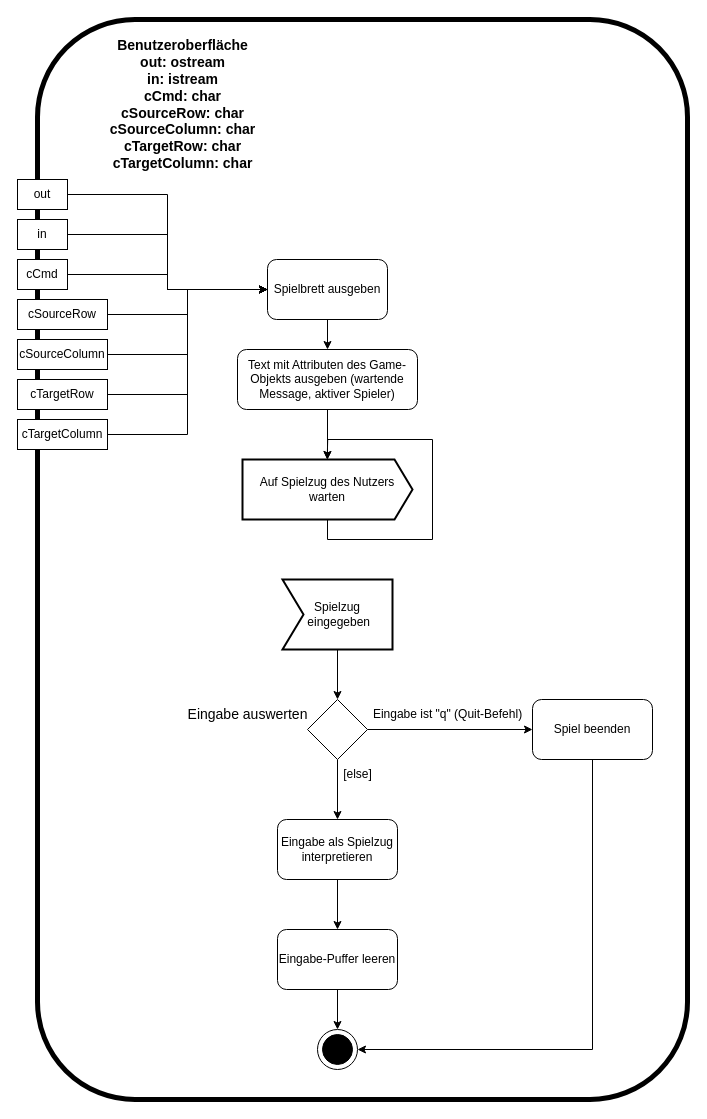
Earlier version of the draw.io diagram game_ui.drawio (schaefereric/uml-stash). Source tidied: cells renumbered, new cells numbered last; positions are measured from the earlier drawing's top-left corner, leaving out a move shared by most shapes. Both pictures are drawn from the tidied source at 100%, with x=0, y=0 at pixel (17, 19).
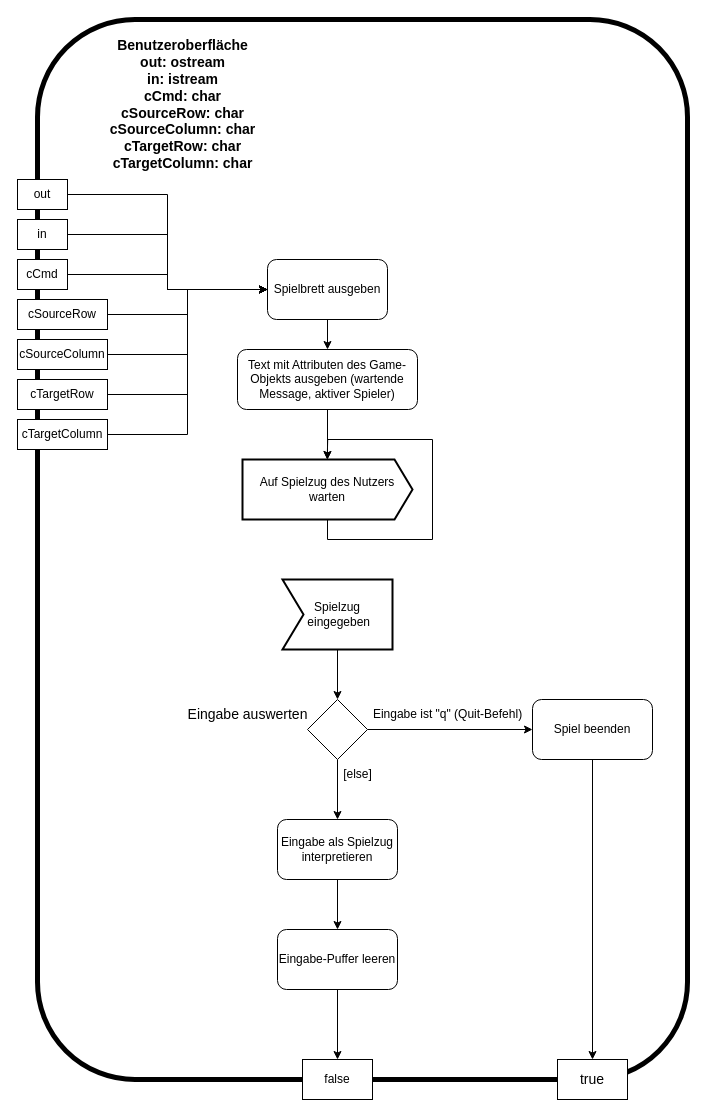
After the change.

Commit message:
game_ui.drawio return value ergänzt

The change refers to these unchanged cells:
```xml
<mxCell id="31" value="Spiel beenden" style="rounded=1;whiteSpace=wrap;html=1;" parent="1" vertex="1">
  <mxGeometry x="515" y="680" width="120" height="60" as="geometry" />
</mxCell>
<mxCell id="35" value="Eingabe-Puffer leeren" style="rounded=1;whiteSpace=wrap;html=1;" parent="1" vertex="1">
  <mxGeometry x="260" y="910" width="120" height="60" as="geometry" />
</mxCell>
```

Diff of the diagram source:
```diff
@@
     <mxCell id="2" style="rounded=1;whiteSpace=wrap;html=1;fillColor=none;strokeWidth=5;" parent="1" vertex="1">
-      <mxGeometry x="20" width="650" height="1080" as="geometry" />
+      <mxGeometry x="20" width="650" height="1060" as="geometry" />
     </mxCell>
@@
-    <mxCell id="30" style="edgeStyle=orthogonalEdgeStyle;rounded=0;jettySize=auto;html=1;exitX=0.5;exitY=1;exitDx=0;exitDy=0;entryX=1;entryY=0.5;entryDx=0;entryDy=0;" parent="1" edge="1" source="31" target="37">
-      <mxGeometry relative="1" as="geometry" />
-    </mxCell>
+    <mxCell id="40" style="edgeStyle=orthogonalEdgeStyle;rounded=0;jettySize=auto;html=1;exitX=0.5;exitY=1;exitDx=0;exitDy=0;entryX=0.5;entryY=0;entryDx=0;entryDy=0;" parent="1" edge="1" source="31" target="42">
+      <mxGeometry relative="1" as="geometry" />
+    </mxCell>
@@
-    <mxCell id="34" style="edgeStyle=orthogonalEdgeStyle;rounded=0;jettySize=auto;html=1;exitX=0.5;exitY=1;exitDx=0;exitDy=0;entryX=0.5;entryY=0;entryDx=0;entryDy=0;" parent="1" edge="1" source="35" target="37">
-      <mxGeometry relative="1" as="geometry" />
-    </mxCell>
+    <mxCell id="41" style="edgeStyle=orthogonalEdgeStyle;rounded=0;jettySize=auto;html=1;exitX=0.5;exitY=1;exitDx=0;exitDy=0;entryX=0.5;entryY=0;entryDx=0;entryDy=0;" parent="1" edge="1" source="35" target="43">
+      <mxGeometry relative="1" as="geometry" />
+    </mxCell>
@@
-    <mxCell id="37" style="ellipse;whiteSpace=wrap;html=1;" parent="1" vertex="1">
-      <mxGeometry x="300" y="1010" width="40" height="40" as="geometry" />
-    </mxCell>
-    <mxCell id="38" style="ellipse;whiteSpace=wrap;html=1;fillColor=#000000;" parent="1" vertex="1">
-      <mxGeometry x="305" y="1015" width="30" height="30" as="geometry" />
-    </mxCell>
@@
+    <mxCell id="42" value="&lt;font style=&quot;font-size: 14px;&quot;&gt;true&lt;/font&gt;" style="rounded=0;whiteSpace=wrap;html=1;" parent="1" vertex="1">
+      <mxGeometry x="540" y="1040" width="70" height="40" as="geometry" />
+    </mxCell>
+    <mxCell id="43" value="false" style="rounded=0;whiteSpace=wrap;html=1;" parent="1" vertex="1">
+      <mxGeometry x="285" y="1040" width="70" height="40" as="geometry" />
+    </mxCell>
```
